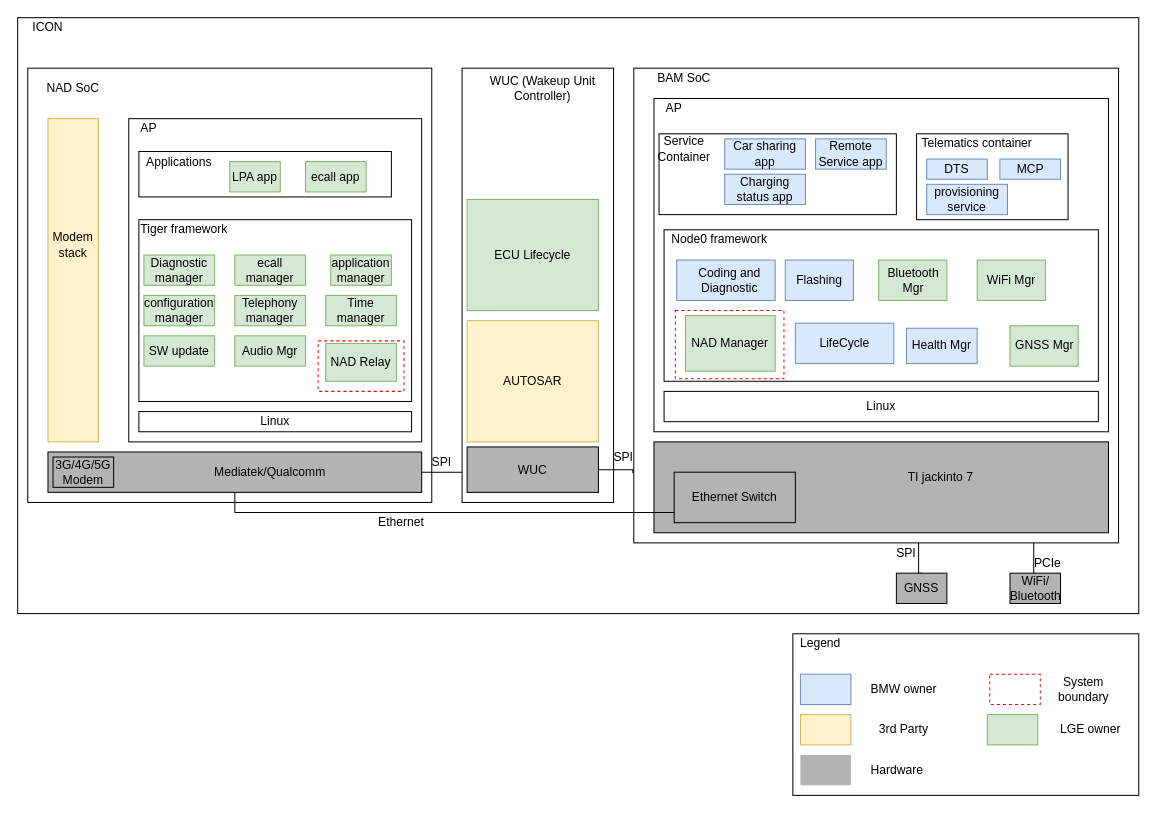
taikt/codefun keeps this draw.io diagram as page "System_overview" (1 of 6) of doc/SA cert/Design/system_context.drawio. Above is the earlier version. Source tidied: cells renumbered, new cells numbered last; positions are measured from the earlier drawing's top-left corner, leaving out a move shared by most shapes. Both pictures are drawn from the tidied source at 101%, with x=0, y=0 at pixel (17, 17).
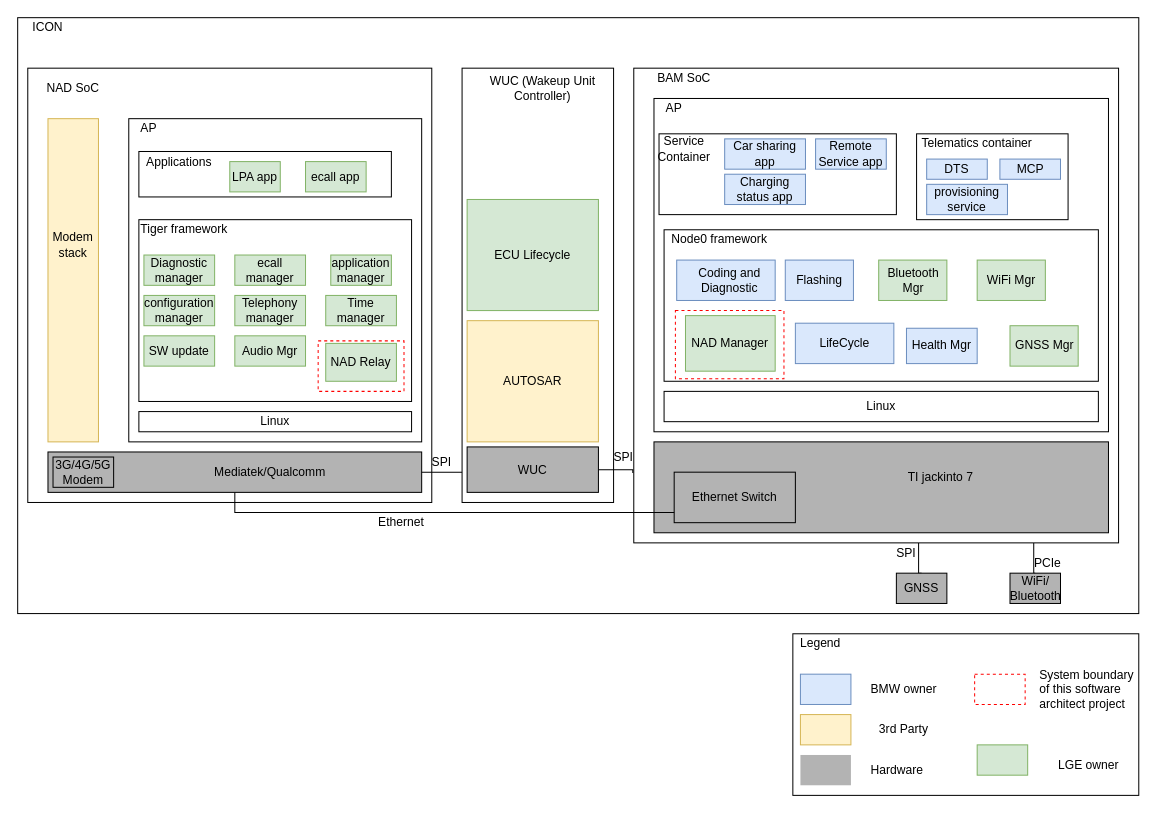
Above is the later version.

The edit, as a diff of the source:
```diff
@@
     <mxCell id="78" style="rounded=0;whiteSpace=wrap;html=1;strokeColor=#82b366;fillColor=#d5e8d4;" parent="1" vertex="1">
-      <mxGeometry x="960" y="690" width="50" height="30" as="geometry" />
+      <mxGeometry x="950" y="720" width="50" height="30" as="geometry" />
     </mxCell>
@@
     <mxCell id="82" style="rounded=0;whiteSpace=wrap;html=1;fillColor=none;strokeColor=#FF0000;dashed=1;" parent="1" vertex="1">
-      <mxGeometry x="962.5" y="650" width="50" height="30" as="geometry" />
+      <mxGeometry x="947.5" y="650" width="50" height="30" as="geometry" />
     </mxCell>
@@
     <mxCell id="84" value="LGE owner" style="text;html=1;strokeColor=none;fillColor=none;align=center;verticalAlign=middle;whiteSpace=wrap;rounded=0;dashed=1;" parent="1" vertex="1">
-      <mxGeometry x="1020" y="695" width="85" height="20" as="geometry" />
+      <mxGeometry x="1017.5" y="730" width="85" height="20" as="geometry" />
     </mxCell>
@@
-    <mxCell id="87" value="System boundary" style="text;html=1;strokeColor=none;fillColor=none;align=center;verticalAlign=middle;whiteSpace=wrap;rounded=0;dashed=1;" parent="1" vertex="1">
-      <mxGeometry x="1012.5" y="655" width="85" height="20" as="geometry" />
+    <mxCell id="87" value="System boundary of this software architect project" style="text;html=1;strokeColor=none;fillColor=none;align=left;verticalAlign=middle;whiteSpace=wrap;rounded=0;dashed=1;" parent="1" vertex="1">
+      <mxGeometry x="1010" y="655" width="100" height="20" as="geometry" />
     </mxCell>
```
